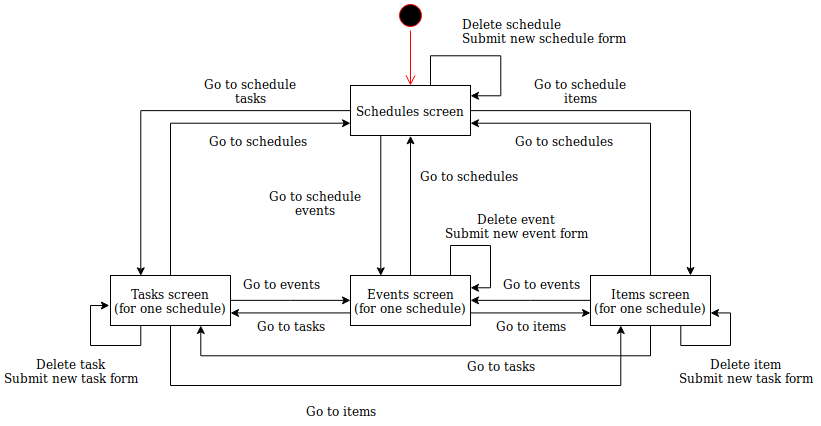
Before: docs/images/ScreenFlowDiagram.png, a diagram exported from draw.io (verkkila/pwp). Source tidied: cells renumbered, new cells last; positions are measured from the earlier drawing's top-left corner, leaving out a move shared by most shapes. Source of this version:
```xml
<mxGraphModel>
  <root>
    <mxCell id="0" />
    <mxCell id="1" parent="0" />
    <mxCell id="2" style="ellipse;html=1;shape=startState;fillColor=#000000;strokeColor=#ff0000;" parent="1" vertex="1">
      <mxGeometry x="395" width="30" height="30" as="geometry" />
    </mxCell>
    <mxCell id="3" style="edgeStyle=orthogonalEdgeStyle;html=1;verticalAlign=bottom;endArrow=open;endSize=8;strokeColor=#ff0000;entryX=0.5;entryY=0;entryDx=0;entryDy=0;" parent="1" edge="1" source="2" target="7">
      <mxGeometry relative="1" as="geometry" />
    </mxCell>
    <mxCell id="4" style="edgeStyle=orthogonalEdgeStyle;rounded=0;jettySize=auto;html=1;exitX=0.25;exitY=1;exitDx=0;exitDy=0;entryX=0.25;entryY=0;entryDx=0;entryDy=0;" parent="1" edge="1" source="7" target="16">
      <mxGeometry relative="1" as="geometry" />
    </mxCell>
    <mxCell id="5" style="edgeStyle=orthogonalEdgeStyle;rounded=0;jettySize=auto;html=1;entryX=0.25;entryY=0;entryDx=0;entryDy=0;" parent="1" edge="1" source="7" target="11">
      <mxGeometry relative="1" as="geometry">
        <Array as="points">
          <mxPoint x="140" y="110" />
        </Array>
      </mxGeometry>
    </mxCell>
    <mxCell id="6" style="edgeStyle=orthogonalEdgeStyle;rounded=0;jettySize=auto;html=1;" parent="1" edge="1" source="7" target="20">
      <mxGeometry relative="1" as="geometry">
        <Array as="points">
          <mxPoint x="690" y="110" />
        </Array>
      </mxGeometry>
    </mxCell>
    <mxCell id="7" value="Schedules screen" style="html=1;" parent="1" vertex="1">
      <mxGeometry x="350" y="85" width="120" height="50" as="geometry" />
    </mxCell>
    <mxCell id="8" style="edgeStyle=orthogonalEdgeStyle;rounded=0;jettySize=auto;html=1;entryX=0;entryY=0.5;entryDx=0;entryDy=0;exitX=1;exitY=0.5;exitDx=0;exitDy=0;" parent="1" edge="1" source="11" target="16">
      <mxGeometry relative="1" as="geometry">
        <Array as="points">
          <mxPoint x="290" y="300" />
          <mxPoint x="290" y="300" />
        </Array>
      </mxGeometry>
    </mxCell>
    <mxCell id="9" style="edgeStyle=orthogonalEdgeStyle;rounded=0;jettySize=auto;html=1;exitX=0.25;exitY=1;exitDx=0;exitDy=0;entryX=0.25;entryY=1;entryDx=0;entryDy=0;" parent="1" edge="1" source="11" target="20">
      <mxGeometry relative="1" as="geometry">
        <Array as="points">
          <mxPoint x="170" y="325" />
          <mxPoint x="170" y="385" />
          <mxPoint x="620" y="385" />
        </Array>
      </mxGeometry>
    </mxCell>
    <mxCell id="10" style="edgeStyle=orthogonalEdgeStyle;rounded=0;jettySize=auto;html=1;exitX=0.75;exitY=0;exitDx=0;exitDy=0;entryX=0;entryY=0.75;entryDx=0;entryDy=0;" parent="1" edge="1" source="11" target="7">
      <mxGeometry relative="1" as="geometry">
        <Array as="points">
          <mxPoint x="170" y="275" />
          <mxPoint x="170" y="123" />
        </Array>
      </mxGeometry>
    </mxCell>
    <mxCell id="11" value="&lt;div&gt;Tasks screen&lt;/div&gt;&lt;div&gt;(for one schedule)&lt;/div&gt;" style="html=1;" parent="1" vertex="1">
      <mxGeometry x="110" y="275" width="120" height="50" as="geometry" />
    </mxCell>
    <mxCell id="12" style="edgeStyle=orthogonalEdgeStyle;rounded=0;jettySize=auto;html=1;entryX=0;entryY=0.75;entryDx=0;entryDy=0;exitX=1;exitY=0.75;exitDx=0;exitDy=0;" parent="1" edge="1" source="16" target="20">
      <mxGeometry relative="1" as="geometry" />
    </mxCell>
    <mxCell id="13" style="edgeStyle=orthogonalEdgeStyle;rounded=0;jettySize=auto;html=1;exitX=0;exitY=0.75;exitDx=0;exitDy=0;entryX=1;entryY=0.75;entryDx=0;entryDy=0;" parent="1" edge="1" source="16" target="11">
      <mxGeometry relative="1" as="geometry" />
    </mxCell>
    <mxCell id="14" style="edgeStyle=orthogonalEdgeStyle;rounded=0;orthogonalLoop=1;jettySize=auto;html=1;exitX=0.75;exitY=0;exitDx=0;exitDy=0;entryX=1;entryY=0.25;entryDx=0;entryDy=0;" parent="1" edge="1" source="16" target="16">
      <mxGeometry relative="1" as="geometry">
        <Array as="points">
          <mxPoint x="450" y="275" />
          <mxPoint x="450" y="245" />
          <mxPoint x="490" y="245" />
          <mxPoint x="490" y="287" />
        </Array>
      </mxGeometry>
    </mxCell>
    <mxCell id="15" style="edgeStyle=orthogonalEdgeStyle;rounded=0;jettySize=auto;html=1;entryX=0.5;entryY=1;entryDx=0;entryDy=0;" parent="1" edge="1" source="16" target="7">
      <mxGeometry relative="1" as="geometry" />
    </mxCell>
    <mxCell id="16" value="&lt;div&gt;Events screen&lt;/div&gt;&lt;div&gt;(for one schedule)&lt;br&gt;&lt;/div&gt;" style="html=1;" parent="1" vertex="1">
      <mxGeometry x="350" y="275" width="120" height="50" as="geometry" />
    </mxCell>
    <mxCell id="17" style="edgeStyle=orthogonalEdgeStyle;rounded=0;jettySize=auto;html=1;exitX=0;exitY=0.5;exitDx=0;exitDy=0;entryX=1;entryY=0.5;entryDx=0;entryDy=0;" parent="1" edge="1" source="20" target="16">
      <mxGeometry relative="1" as="geometry">
        <Array as="points">
          <mxPoint x="530" y="300" />
          <mxPoint x="530" y="300" />
        </Array>
      </mxGeometry>
    </mxCell>
    <mxCell id="18" style="edgeStyle=orthogonalEdgeStyle;rounded=0;jettySize=auto;html=1;entryX=0.75;entryY=1;entryDx=0;entryDy=0;exitX=0.75;exitY=1;exitDx=0;exitDy=0;" parent="1" edge="1" source="20" target="11">
      <mxGeometry relative="1" as="geometry">
        <Array as="points">
          <mxPoint x="650" y="325" />
          <mxPoint x="650" y="355" />
          <mxPoint x="200" y="355" />
        </Array>
      </mxGeometry>
    </mxCell>
    <mxCell id="19" style="edgeStyle=orthogonalEdgeStyle;rounded=0;jettySize=auto;html=1;exitX=0.25;exitY=0;exitDx=0;exitDy=0;entryX=1;entryY=0.75;entryDx=0;entryDy=0;" parent="1" edge="1" source="20" target="7">
      <mxGeometry relative="1" as="geometry">
        <Array as="points">
          <mxPoint x="650" y="275" />
          <mxPoint x="650" y="123" />
        </Array>
      </mxGeometry>
    </mxCell>
    <mxCell id="20" value="&lt;div&gt;Items screen&lt;/div&gt;&lt;div&gt;(for one schedule)&lt;br&gt;&lt;/div&gt;" style="html=1;" parent="1" vertex="1">
      <mxGeometry x="590" y="275" width="120" height="50" as="geometry" />
    </mxCell>
    <mxCell id="21" style="edgeStyle=orthogonalEdgeStyle;rounded=0;jettySize=auto;html=1;" parent="1" edge="1" source="7">
      <mxGeometry relative="1" as="geometry">
        <mxPoint x="470" y="95" as="targetPoint" />
        <Array as="points">
          <mxPoint x="430" y="55" />
          <mxPoint x="500" y="55" />
          <mxPoint x="500" y="95" />
        </Array>
      </mxGeometry>
    </mxCell>
    <mxCell id="22" value="&lt;div&gt;Delete schedule&lt;/div&gt;&lt;div&gt;Submit new schedule form&lt;/div&gt;" style="text;html=1;strokeColor=none;fillColor=none;align=left;verticalAlign=middle;whiteSpace=wrap;rounded=0;" parent="1" vertex="1">
      <mxGeometry x="460" y="15" width="180" height="30" as="geometry" />
    </mxCell>
    <mxCell id="23" value="&lt;div&gt;Delete task&lt;br&gt;&lt;/div&gt;&lt;div&gt;Submit new task form&lt;/div&gt;" style="text;html=1;strokeColor=none;fillColor=none;align=center;verticalAlign=middle;whiteSpace=wrap;rounded=0;" parent="1" vertex="1">
      <mxGeometry y="355" width="140" height="30" as="geometry" />
    </mxCell>
    <mxCell id="24" value="&lt;div&gt;Delete event&lt;br&gt;&lt;/div&gt;&lt;div&gt;Submit new event form&lt;/div&gt;" style="text;html=1;strokeColor=none;fillColor=none;align=center;verticalAlign=middle;whiteSpace=wrap;rounded=0;" parent="1" vertex="1">
      <mxGeometry x="440" y="210" width="150" height="30" as="geometry" />
    </mxCell>
    <mxCell id="25" value="&lt;div&gt;Delete item&lt;br&gt;&lt;/div&gt;&lt;div&gt;Submit new task form&lt;/div&gt;" style="text;html=1;strokeColor=none;fillColor=none;align=center;verticalAlign=middle;whiteSpace=wrap;rounded=0;" parent="1" vertex="1">
      <mxGeometry x="670" y="355" width="150" height="30" as="geometry" />
    </mxCell>
    <mxCell id="26" value="Go to tasks" style="text;html=1;strokeColor=none;fillColor=none;align=center;verticalAlign=middle;whiteSpace=wrap;rounded=0;" parent="1" vertex="1">
      <mxGeometry x="460" y="349.5" width="80" height="30" as="geometry" />
    </mxCell>
    <mxCell id="27" value="Go to schedule events" style="text;html=1;strokeColor=none;fillColor=none;align=center;verticalAlign=middle;whiteSpace=wrap;rounded=0;" parent="1" vertex="1">
      <mxGeometry x="260" y="187" width="110" height="30" as="geometry" />
    </mxCell>
    <mxCell id="28" value="Go to events" style="text;html=1;strokeColor=none;fillColor=none;align=center;verticalAlign=middle;whiteSpace=wrap;rounded=0;" parent="1" vertex="1">
      <mxGeometry x="240" y="267.5" width="80" height="30" as="geometry" />
    </mxCell>
    <mxCell id="29" value="Go to events" style="text;html=1;strokeColor=none;fillColor=none;align=center;verticalAlign=middle;whiteSpace=wrap;rounded=0;" parent="1" vertex="1">
      <mxGeometry x="500" y="267.5" width="80" height="30" as="geometry" />
    </mxCell>
    <mxCell id="30" value="Go to items" style="text;html=1;strokeColor=none;fillColor=none;align=center;verticalAlign=middle;whiteSpace=wrap;rounded=0;" parent="1" vertex="1">
      <mxGeometry x="490" y="310" width="80" height="30" as="geometry" />
    </mxCell>
    <mxCell id="31" value="Go to tasks" style="text;html=1;strokeColor=none;fillColor=none;align=center;verticalAlign=middle;whiteSpace=wrap;rounded=0;" parent="1" vertex="1">
      <mxGeometry x="250" y="310" width="80" height="30" as="geometry" />
    </mxCell>
    <mxCell id="32" value="Go to items" style="text;html=1;strokeColor=none;fillColor=none;align=center;verticalAlign=middle;whiteSpace=wrap;rounded=0;" parent="1" vertex="1">
      <mxGeometry x="300" y="395" width="80" height="30" as="geometry" />
    </mxCell>
    <mxCell id="33" style="edgeStyle=orthogonalEdgeStyle;rounded=0;orthogonalLoop=1;jettySize=auto;html=1;" parent="1" edge="1">
      <mxGeometry relative="1" as="geometry">
        <mxPoint x="140" y="325" as="sourcePoint" />
        <mxPoint x="109" y="305" as="targetPoint" />
        <Array as="points">
          <mxPoint x="140" y="345" />
          <mxPoint x="90" y="345" />
          <mxPoint x="90" y="305" />
        </Array>
      </mxGeometry>
    </mxCell>
    <mxCell id="34" style="edgeStyle=orthogonalEdgeStyle;rounded=0;orthogonalLoop=1;jettySize=auto;html=1;exitX=0.75;exitY=1;exitDx=0;exitDy=0;entryX=1;entryY=0.75;entryDx=0;entryDy=0;" parent="1" edge="1" source="20" target="20">
      <mxGeometry relative="1" as="geometry">
        <Array as="points">
          <mxPoint x="680" y="345" />
          <mxPoint x="730" y="345" />
          <mxPoint x="730" y="312" />
        </Array>
      </mxGeometry>
    </mxCell>
    <mxCell id="35" value="Go to schedule tasks" style="text;html=1;strokeColor=none;fillColor=none;align=center;verticalAlign=middle;whiteSpace=wrap;rounded=0;" parent="1" vertex="1">
      <mxGeometry x="200" y="75" width="100" height="30" as="geometry" />
    </mxCell>
    <mxCell id="36" value="Go to schedules" style="text;html=1;strokeColor=none;fillColor=none;align=center;verticalAlign=middle;whiteSpace=wrap;rounded=0;" parent="1" vertex="1">
      <mxGeometry x="414.5" y="160" width="106" height="30" as="geometry" />
    </mxCell>
    <mxCell id="37" value="Go to schedule items" style="text;html=1;strokeColor=none;fillColor=none;align=center;verticalAlign=middle;whiteSpace=wrap;rounded=0;" parent="1" vertex="1">
      <mxGeometry x="530" y="75" width="100" height="30" as="geometry" />
    </mxCell>
    <mxCell id="38" value="Go to schedules" style="text;html=1;strokeColor=none;fillColor=none;align=center;verticalAlign=middle;whiteSpace=wrap;rounded=0;" parent="1" vertex="1">
      <mxGeometry x="204" y="125" width="106" height="30" as="geometry" />
    </mxCell>
    <mxCell id="39" value="Go to schedules" style="text;html=1;strokeColor=none;fillColor=none;align=center;verticalAlign=middle;whiteSpace=wrap;rounded=0;" parent="1" vertex="1">
      <mxGeometry x="510" y="125" width="106" height="30" as="geometry" />
    </mxCell>
  </root>
</mxGraphModel>
```
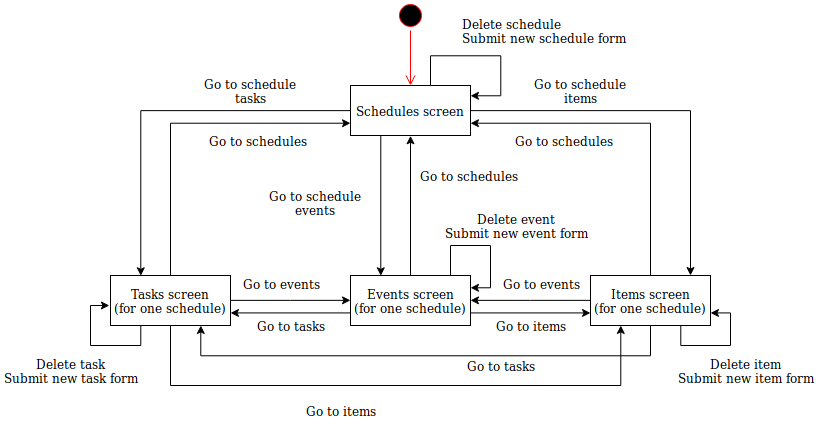
After the change.

Commit message:
Fixed 'task' to 'item' in item text

The edit, as a diff of the source:
```diff
@@ -125,7 +125,7 @@
     <mxCell id="24" value="&lt;div&gt;Delete event&lt;br&gt;&lt;/div&gt;&lt;div&gt;Submit new event form&lt;/div&gt;" style="text;html=1;strokeColor=none;fillColor=none;align=center;verticalAlign=middle;whiteSpace=wrap;rounded=0;" parent="1" vertex="1">
       <mxGeometry x="440" y="210" width="150" height="30" as="geometry" />
     </mxCell>
-    <mxCell id="25" value="&lt;div&gt;Delete item&lt;br&gt;&lt;/div&gt;&lt;div&gt;Submit new task form&lt;/div&gt;" style="text;html=1;strokeColor=none;fillColor=none;align=center;verticalAlign=middle;whiteSpace=wrap;rounded=0;" parent="1" vertex="1">
+    <mxCell id="25" value="&lt;div&gt;Delete item&lt;br&gt;&lt;/div&gt;&lt;div&gt;Submit new item form&lt;/div&gt;" style="text;html=1;strokeColor=none;fillColor=none;align=center;verticalAlign=middle;whiteSpace=wrap;rounded=0;" parent="1" vertex="1">
       <mxGeometry x="670" y="355" width="150" height="30" as="geometry" />
     </mxCell>
     <mxCell id="26" value="Go to tasks" style="text;html=1;strokeColor=none;fillColor=none;align=center;verticalAlign=middle;whiteSpace=wrap;rounded=0;" parent="1" vertex="1">
```
